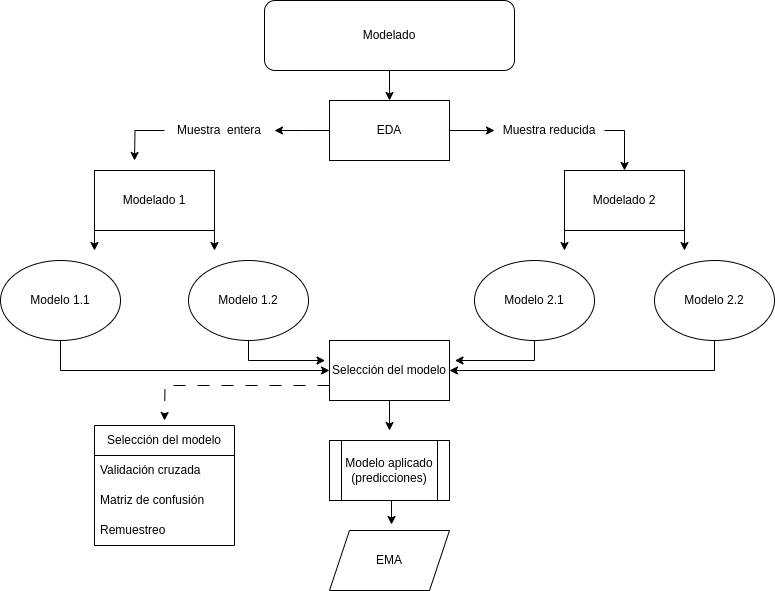
alexisrangelcalvo/FP-LM-MAEA-UJED-1S keeps this draw.io diagram as brief/Diagrama sin título.drawio.png. Above is the earlier version. Source tidied: cells renumbered, new cells last; positions are measured from the earlier drawing's top-left corner, leaving out a move shared by most shapes.
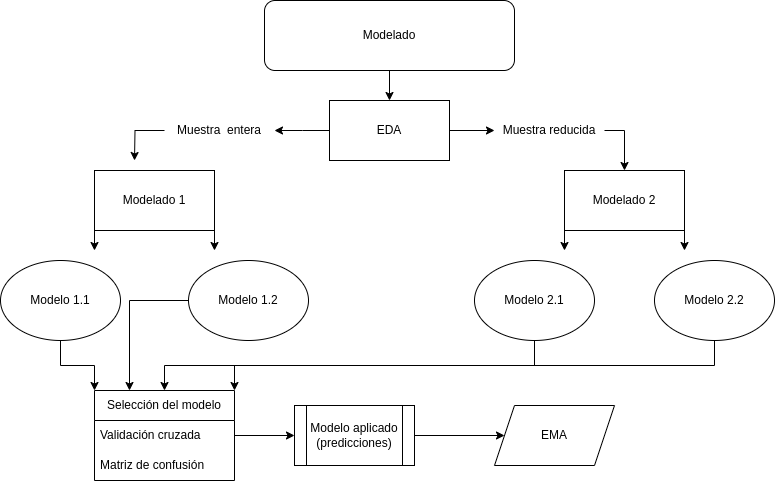
The same file after the commit.

The edit, as a diff of the source:
```diff
@@ -45,31 +45,27 @@
     <mxCell id="12" value="Modelado 2" style="rounded=0;whiteSpace=wrap;html=1;" parent="1" vertex="1">
       <mxGeometry x="564" y="170" width="120" height="60" as="geometry" />
     </mxCell>
-    <mxCell id="13" style="edgeStyle=orthogonalEdgeStyle;rounded=0;jettySize=auto;html=1;exitX=0.5;exitY=1;exitDx=0;exitDy=0;entryX=0;entryY=0.5;entryDx=0;entryDy=0;" parent="1" edge="1" source="14" target="27">
-      <mxGeometry relative="1" as="geometry" />
-    </mxCell>
+    <mxCell id="35" style="edgeStyle=orthogonalEdgeStyle;rounded=0;jettySize=auto;html=1;entryX=0;entryY=0;entryDx=0;entryDy=0;" parent="1" edge="1" source="14" target="31">
+      <mxGeometry relative="1" as="geometry" />
+    </mxCell>
     <mxCell id="14" value="Modelo 1.1" style="ellipse;whiteSpace=wrap;html=1;" parent="1" vertex="1">
       <mxGeometry y="260" width="120" height="80" as="geometry" />
     </mxCell>
-    <mxCell id="15" style="edgeStyle=orthogonalEdgeStyle;rounded=0;jettySize=auto;html=1;exitX=0.5;exitY=1;exitDx=0;exitDy=0;" parent="1" edge="1" source="16">
-      <mxGeometry relative="1" as="geometry">
-        <mxPoint x="324" y="360" as="targetPoint" />
-      </mxGeometry>
-    </mxCell>
+    <mxCell id="36" style="edgeStyle=orthogonalEdgeStyle;rounded=0;jettySize=auto;html=1;exitX=0;exitY=0.5;exitDx=0;exitDy=0;entryX=0.25;entryY=0;entryDx=0;entryDy=0;" parent="1" edge="1" source="16" target="31">
+      <mxGeometry relative="1" as="geometry" />
+    </mxCell>
     <mxCell id="16" value="Modelo 1.2" style="ellipse;whiteSpace=wrap;html=1;" parent="1" vertex="1">
       <mxGeometry x="188" y="260" width="120" height="80" as="geometry" />
     </mxCell>
-    <mxCell id="17" style="edgeStyle=orthogonalEdgeStyle;rounded=0;jettySize=auto;html=1;exitX=0.5;exitY=1;exitDx=0;exitDy=0;" parent="1" edge="1" source="18">
-      <mxGeometry relative="1" as="geometry">
-        <mxPoint x="454" y="360" as="targetPoint" />
-      </mxGeometry>
-    </mxCell>
+    <mxCell id="37" style="edgeStyle=orthogonalEdgeStyle;rounded=0;jettySize=auto;html=1;exitX=0.5;exitY=1;exitDx=0;exitDy=0;entryX=0.5;entryY=0;entryDx=0;entryDy=0;" parent="1" edge="1" source="18" target="31">
+      <mxGeometry relative="1" as="geometry" />
+    </mxCell>
     <mxCell id="18" value="Modelo 2.1" style="ellipse;whiteSpace=wrap;html=1;" parent="1" vertex="1">
       <mxGeometry x="474" y="260" width="120" height="80" as="geometry" />
     </mxCell>
-    <mxCell id="19" style="edgeStyle=orthogonalEdgeStyle;rounded=0;jettySize=auto;html=1;exitX=0.5;exitY=1;exitDx=0;exitDy=0;entryX=1;entryY=0.5;entryDx=0;entryDy=0;" parent="1" edge="1" source="20" target="27">
-      <mxGeometry relative="1" as="geometry" />
-    </mxCell>
+    <mxCell id="38" style="edgeStyle=orthogonalEdgeStyle;rounded=0;jettySize=auto;html=1;exitX=0.5;exitY=1;exitDx=0;exitDy=0;entryX=1;entryY=0;entryDx=0;entryDy=0;" parent="1" edge="1" source="20" target="31">
+      <mxGeometry relative="1" as="geometry" />
+    </mxCell>
     <mxCell id="20" value="Modelo 2.2" style="ellipse;whiteSpace=wrap;html=1;" parent="1" vertex="1">
       <mxGeometry x="654" y="260" width="120" height="80" as="geometry" />
     </mxCell>
@@ -87,30 +83,17 @@
     <mxCell id="24" value="Muestra reducida" style="text;html=1;strokeColor=none;fillColor=none;align=center;verticalAlign=middle;whiteSpace=wrap;rounded=0;" parent="1" vertex="1">
       <mxGeometry x="494" y="115" width="110" height="30" as="geometry" />
     </mxCell>
-    <mxCell id="25" style="edgeStyle=orthogonalEdgeStyle;rounded=0;jettySize=auto;html=1;exitX=0;exitY=0.75;exitDx=0;exitDy=0;dashed=1;dashPattern=12 12;" parent="1" edge="1" source="27">
-      <mxGeometry relative="1" as="geometry">
-        <mxPoint x="164" y="420" as="targetPoint" />
-      </mxGeometry>
-    </mxCell>
-    <mxCell id="26" style="edgeStyle=orthogonalEdgeStyle;rounded=0;jettySize=auto;html=1;exitX=0.5;exitY=1;exitDx=0;exitDy=0;" parent="1" edge="1" source="27">
-      <mxGeometry relative="1" as="geometry">
-        <mxPoint x="389" y="430" as="targetPoint" />
-      </mxGeometry>
-    </mxCell>
-    <mxCell id="27" value="Selección del modelo" style="rounded=0;whiteSpace=wrap;html=1;" parent="1" vertex="1">
-      <mxGeometry x="329" y="340" width="120" height="60" as="geometry" />
-    </mxCell>
-    <mxCell id="28" style="edgeStyle=orthogonalEdgeStyle;rounded=0;jettySize=auto;html=1;exitX=0.5;exitY=1;exitDx=0;exitDy=0;entryX=0.517;entryY=-0.1;entryDx=0;entryDy=0;entryPerimeter=0;" parent="1" edge="1" source="29" target="30">
+    <mxCell id="28" style="edgeStyle=orthogonalEdgeStyle;rounded=0;jettySize=auto;html=1;exitX=1;exitY=0.5;exitDx=0;exitDy=0;" parent="1" edge="1" source="29" target="30">
       <mxGeometry relative="1" as="geometry" />
     </mxCell>
     <mxCell id="29" value="Modelo aplicado (predicciones)" style="shape=process;whiteSpace=wrap;html=1;backgroundOutline=1;" parent="1" vertex="1">
-      <mxGeometry x="329" y="440" width="120" height="60" as="geometry" />
+      <mxGeometry x="294" y="405" width="120" height="60" as="geometry" />
     </mxCell>
     <mxCell id="30" value="EMA" style="shape=parallelogram;perimeter=parallelogramPerimeter;whiteSpace=wrap;html=1;fixedSize=1;" parent="1" vertex="1">
-      <mxGeometry x="329" y="530" width="120" height="60" as="geometry" />
+      <mxGeometry x="494" y="405" width="120" height="60" as="geometry" />
     </mxCell>
     <mxCell id="31" value="Selección del modelo" style="swimlane;fontStyle=0;horizontal=1;startSize=30;whiteSpace=wrap;html=1;" parent="1" vertex="1">
-      <mxGeometry x="94" y="425" width="140" height="120" as="geometry" />
+      <mxGeometry x="94" y="390" width="140" height="90" as="geometry" />
     </mxCell>
     <mxCell id="32" value="Validación cruzada" style="text;strokeColor=none;fillColor=none;align=left;verticalAlign=middle;spacingLeft=4;spacingRight=4;overflow=hidden;points=[[0,0.5],[1,0.5]];portConstraint=eastwest;whiteSpace=wrap;html=1;" parent="31" vertex="1">
       <mxGeometry y="30" width="140" height="30" as="geometry" />
@@ -118,8 +101,8 @@
     <mxCell id="33" value="Matriz de confusión" style="text;strokeColor=none;fillColor=none;align=left;verticalAlign=middle;spacingLeft=4;spacingRight=4;overflow=hidden;whiteSpace=wrap;html=1;" parent="31" vertex="1">
       <mxGeometry y="60" width="140" height="30" as="geometry" />
     </mxCell>
-    <mxCell id="34" value="Remuestreo" style="text;strokeColor=none;fillColor=none;align=left;verticalAlign=middle;spacingLeft=4;spacingRight=4;overflow=hidden;whiteSpace=wrap;html=1;" parent="31" vertex="1">
-      <mxGeometry y="90" width="140" height="30" as="geometry" />
-    </mxCell>
+    <mxCell id="39" style="edgeStyle=orthogonalEdgeStyle;rounded=0;jettySize=auto;html=1;exitX=1;exitY=0.5;exitDx=0;exitDy=0;entryX=0;entryY=0.5;entryDx=0;entryDy=0;" parent="1" edge="1" source="32" target="29">
+      <mxGeometry relative="1" as="geometry" />
+    </mxCell>
   </root>
 </mxGraphModel>
```
